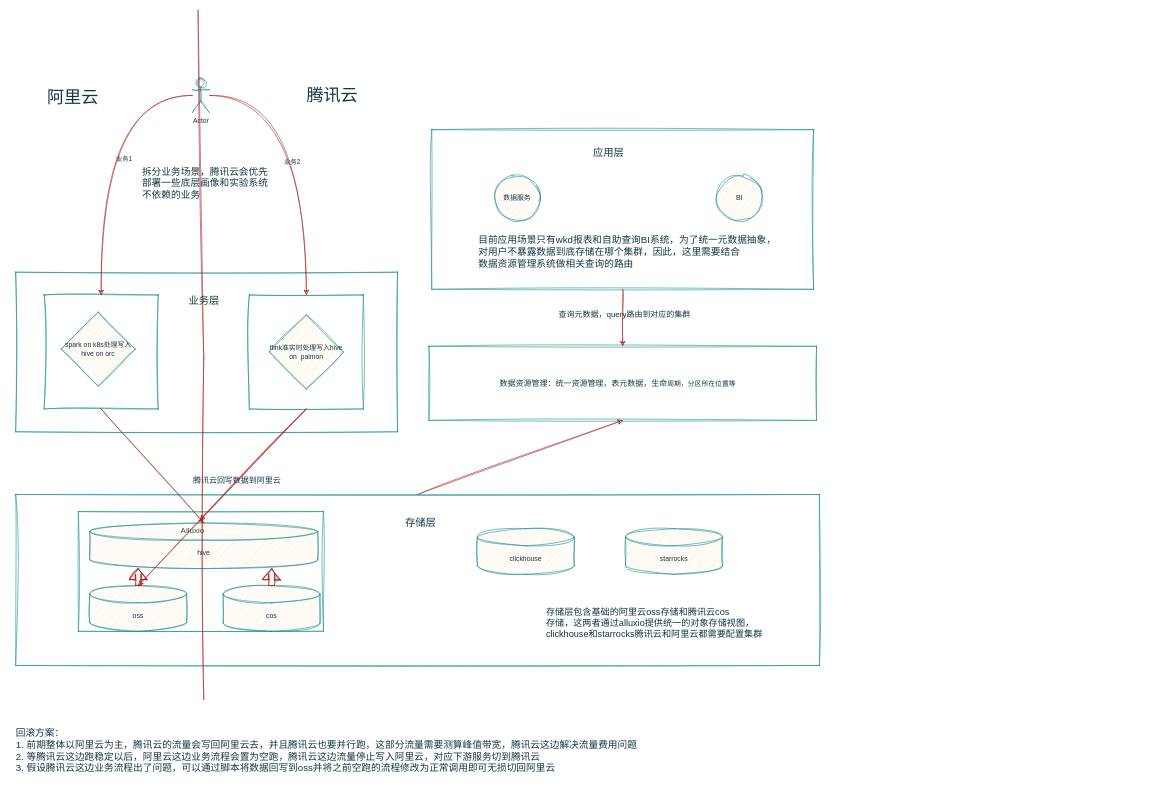
Above: 多云混布.drawio in zhou191101/draw (draw.io), before the change. Source tidied: cells renumbered, new cells numbered last; positions are measured from the earlier drawing's top-left corner, leaving out a move shared by most shapes. Both pictures are drawn from the tidied source at 57%, with x=0, y=0 at pixel (10, 10).
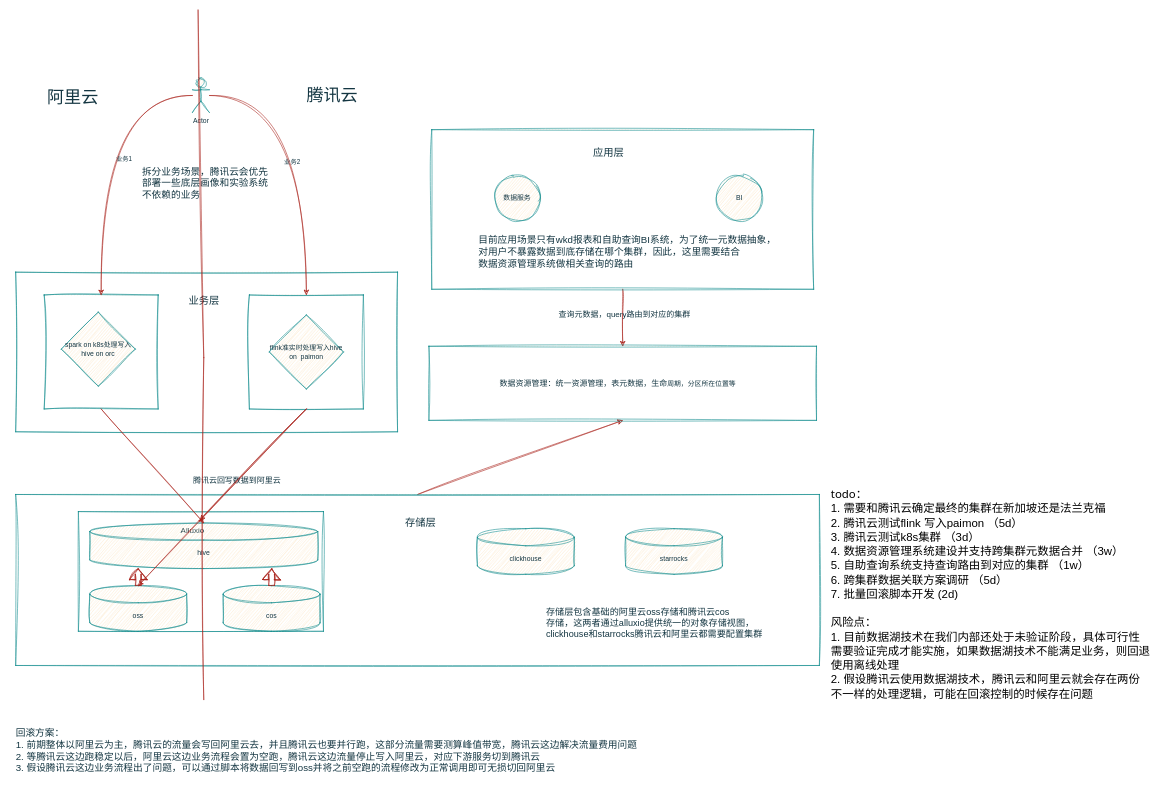
After the change.

Commit message:
更新多云混布.drawio

Diff of the diagram source:
```diff
@@
+    <mxCell id="44" value="&lt;div style=&quot;text-align: left;&quot;&gt;&lt;span style=&quot;background-color: initial;&quot;&gt;&lt;font face=&quot;Tahoma&quot;&gt;todo：&lt;/font&gt;&lt;/span&gt;&lt;/div&gt;&lt;div style=&quot;text-align: left;&quot;&gt;&lt;span style=&quot;background-color: initial;&quot;&gt;&lt;font face=&quot;LK_uJqmxOScUrMiOZ7zq&quot;&gt;1. 需要和腾讯云确定最终的集群在新加坡还是法兰克福&lt;/font&gt;&lt;/span&gt;&lt;/div&gt;&lt;div style=&quot;text-align: left;&quot;&gt;&lt;font face=&quot;LK_uJqmxOScUrMiOZ7zq&quot;&gt;2. 腾讯云测试flink 写入paimon （5d）&lt;/font&gt;&lt;/div&gt;&lt;div style=&quot;text-align: left;&quot;&gt;&lt;font face=&quot;LK_uJqmxOScUrMiOZ7zq&quot;&gt;3. 腾讯云测试k8s集群 （3d）&lt;/font&gt;&lt;/div&gt;&lt;div style=&quot;text-align: left;&quot;&gt;&lt;font face=&quot;LK_uJqmxOScUrMiOZ7zq&quot;&gt;4. 数据资源管理系统建设并支持跨集群元数据合并 （3w）&lt;/font&gt;&lt;/div&gt;&lt;div style=&quot;text-align: left;&quot;&gt;&lt;font face=&quot;LK_uJqmxOScUrMiOZ7zq&quot;&gt;5. 自助查询系统支持查询路由到对应的集群 （1w）&lt;/font&gt;&lt;/div&gt;&lt;div style=&quot;text-align: left;&quot;&gt;&lt;font face=&quot;LK_uJqmxOScUrMiOZ7zq&quot;&gt;6. 跨集群数据关联方案调研 （5d）&lt;/font&gt;&lt;/div&gt;&lt;div style=&quot;text-align: left;&quot;&gt;&lt;font face=&quot;LK_uJqmxOScUrMiOZ7zq&quot;&gt;7. 批量回滚脚本开发 (2d)&lt;/font&gt;&lt;/div&gt;&lt;div style=&quot;text-align: left;&quot;&gt;&lt;font face=&quot;LK_uJqmxOScUrMiOZ7zq&quot;&gt;&lt;br&gt;&lt;/font&gt;&lt;/div&gt;&lt;div style=&quot;text-align: left;&quot;&gt;&lt;font face=&quot;LK_uJqmxOScUrMiOZ7zq&quot;&gt;风险点：&lt;/font&gt;&lt;/div&gt;&lt;div style=&quot;text-align: left;&quot;&gt;&lt;font face=&quot;LK_uJqmxOScUrMiOZ7zq&quot;&gt;1. 目前数据湖技术在我们内部还处于未验证阶段，具体可行性&lt;/font&gt;&lt;/div&gt;&lt;div style=&quot;text-align: left;&quot;&gt;&lt;font face=&quot;LK_uJqmxOScUrMiOZ7zq&quot;&gt;需要验证完成才能实施，如果数据湖技术不能满足业务，则回退&lt;/font&gt;&lt;/div&gt;&lt;div style=&quot;text-align: left;&quot;&gt;&lt;font face=&quot;LK_uJqmxOScUrMiOZ7zq&quot;&gt;使用离线处理&lt;/font&gt;&lt;/div&gt;&lt;div style=&quot;text-align: left;&quot;&gt;&lt;font face=&quot;LK_uJqmxOScUrMiOZ7zq&quot;&gt;2. 假设腾讯云使用数据湖技术，腾讯云和阿里云就会存在两份&lt;/font&gt;&lt;/div&gt;&lt;div style=&quot;text-align: left;&quot;&gt;&lt;font face=&quot;LK_uJqmxOScUrMiOZ7zq&quot;&gt;不一样的处理逻辑，可能在回滚控制的时候存在问题&lt;/font&gt;&lt;/div&gt;" style="text;html=1;align=center;verticalAlign=middle;strokeColor=none;fillColor=none;fontSize=20;fontFamily=Architects Daughter;" parent="1" vertex="1">
+      <mxGeometry x="1430" y="840" width="580" height="370" as="geometry" />
+    </mxCell>
```
